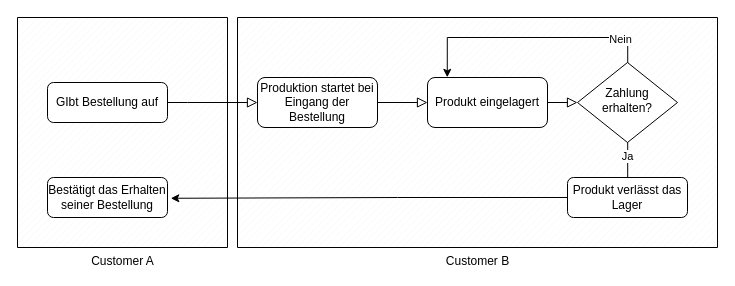
This is IDPA-Prototyp-FlowChart.drawio from Schickli/blockchain-im-scm, a draw.io file, before an edit. Source tidied: cells renumbered, new cells numbered last; positions are measured from the earlier drawing's top-left corner, leaving out a move shared by most shapes. Both pictures are drawn from the tidied source at 100%, with x=0, y=0 at pixel (17, 17).
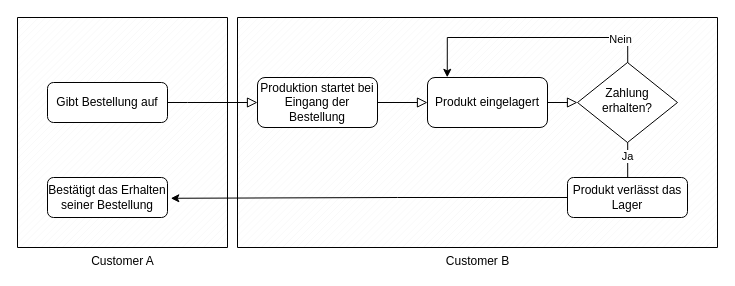
The same page after the edit.

The edit, as a diff of the source:
```diff
@@
-    <mxCell id="5" value="GIbt Bestellung auf" style="rounded=1;whiteSpace=wrap;html=1;fontSize=12;glass=0;strokeWidth=1;shadow=0;" parent="1" vertex="1">
+    <mxCell id="5" value="&lt;div&gt;Gibt Bestellung auf&lt;/div&gt;" style="rounded=1;whiteSpace=wrap;html=1;fontSize=12;glass=0;strokeWidth=1;shadow=0;" parent="1" vertex="1">
       <mxGeometry x="30" y="65" width="120" height="40" as="geometry" />
     </mxCell>
```
